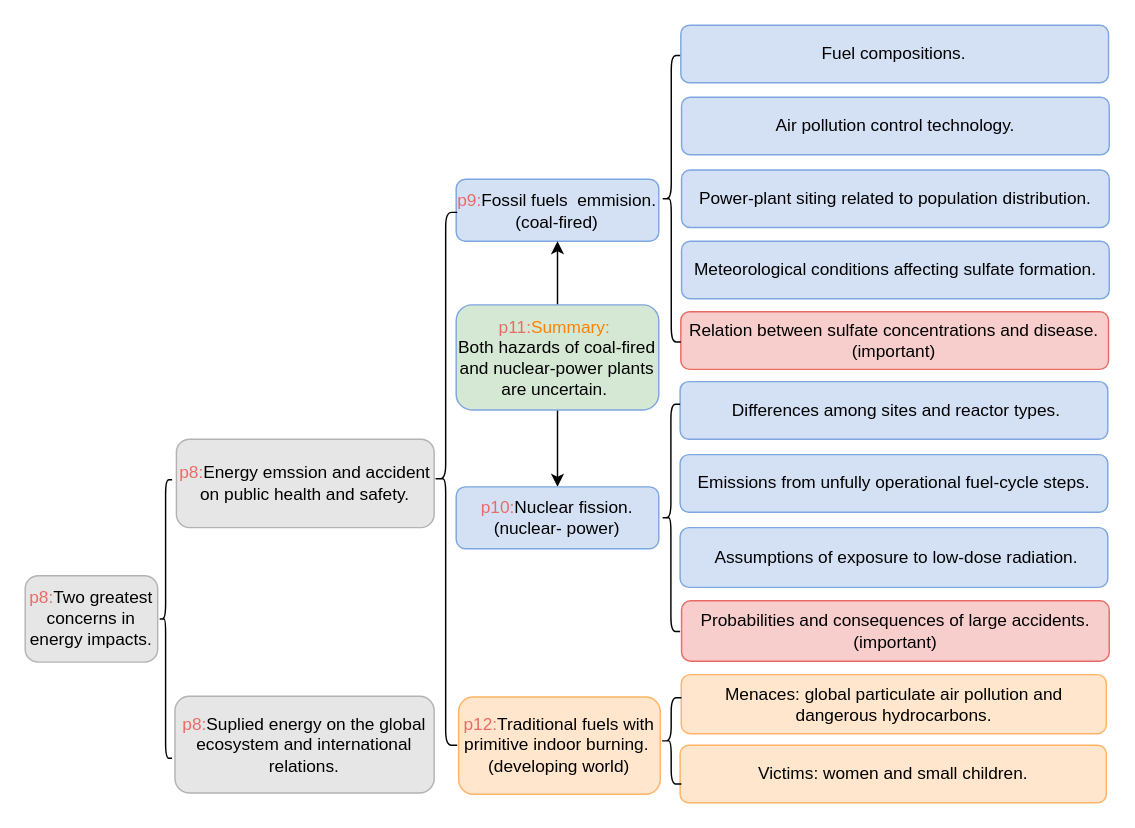
This is mindmap.drawio from limengzhu3211/draw, a draw.io file, before an edit. Source tidied: cells renumbered, new cells numbered last; positions are measured from the earlier drawing's top-left corner, leaving out a move shared by most shapes. Both pictures are drawn from the tidied source at 144%, with x=0, y=0 at pixel (24, 24).
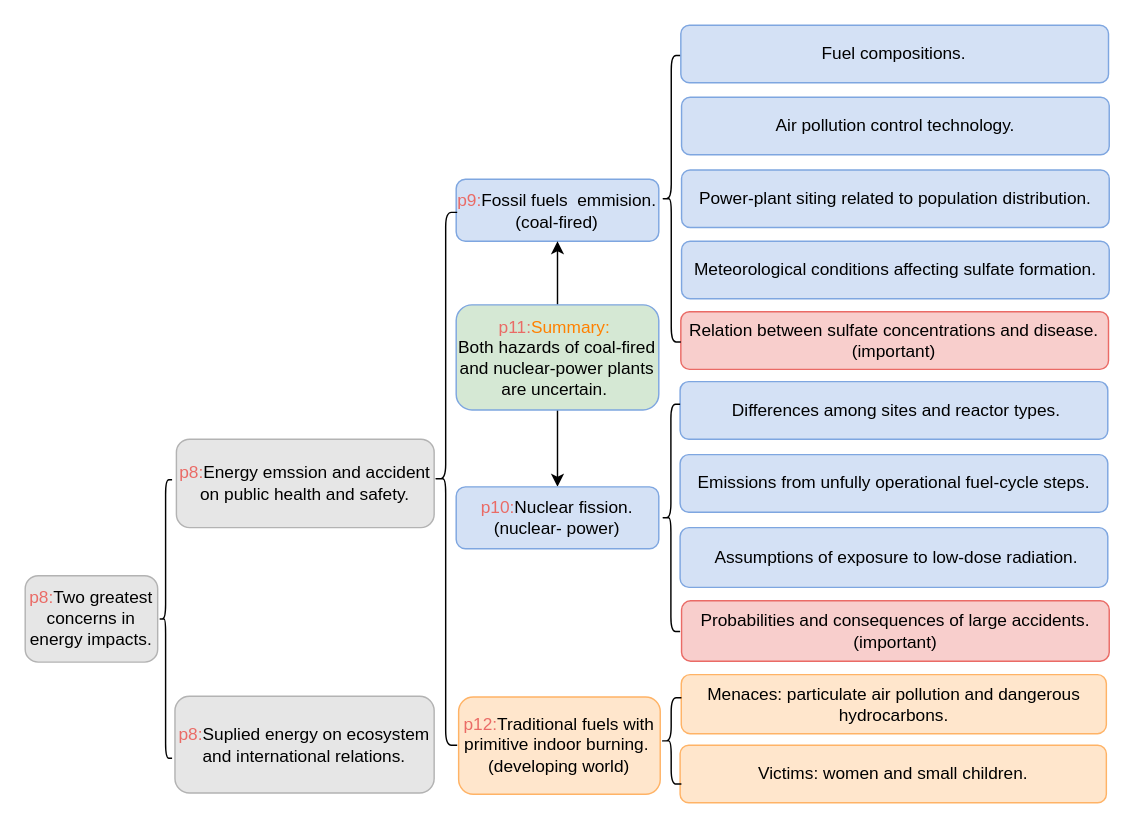
After the change.

Change to the diagram source:
```diff
@@
-    <mxCell id="4" value="&lt;font color=&quot;#ea6b66&quot;&gt;p8:&lt;/font&gt;Suplied energy on the global ecosystem and international relations." style="rounded=1;whiteSpace=wrap;html=1;fillColor=#E6E6E6;strokeColor=#B3B3B3;" parent="1" vertex="1">
+    <mxCell id="4" value="&lt;font color=&quot;#ea6b66&quot;&gt;p8:&lt;/font&gt;Suplied energy on ecosystem and international relations." style="rounded=1;whiteSpace=wrap;html=1;fillColor=#E6E6E6;strokeColor=#B3B3B3;" parent="1" vertex="1">
       <mxGeometry x="104" y="466" width="180" height="67.2" as="geometry" />
     </mxCell>
@@
-    <mxCell id="19" value="Menaces: global particulate air pollution and dangerous hydrocarbons." style="rounded=1;whiteSpace=wrap;html=1;fillColor=#FFE6CC;strokeColor=#FFB366;" parent="1" vertex="1">
+    <mxCell id="19" value="Menaces: particulate air pollution and dangerous hydrocarbons." style="rounded=1;whiteSpace=wrap;html=1;fillColor=#FFE6CC;strokeColor=#FFB366;" parent="1" vertex="1">
       <mxGeometry x="455.6" y="451" width="295.2" height="41" as="geometry" />
     </mxCell>
```
